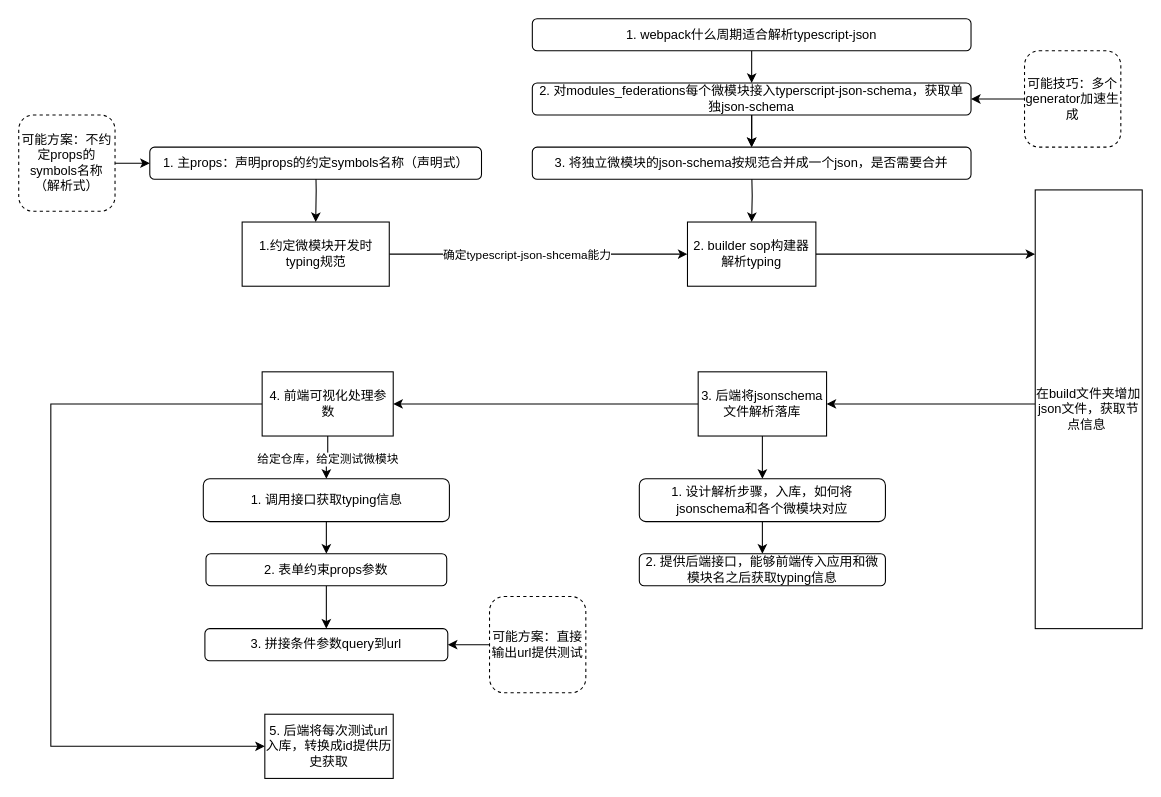
This is micro-mod/Untitled Diagram.drawio from Ekko306/diagrams.net, a draw.io file, before an edit. Source tidied: cells renumbered, new cells numbered last; positions are measured from the earlier drawing's top-left corner, leaving out a move shared by most shapes. Both pictures are drawn from the tidied source at 107%, with x=0, y=0 at pixel (18, 18).
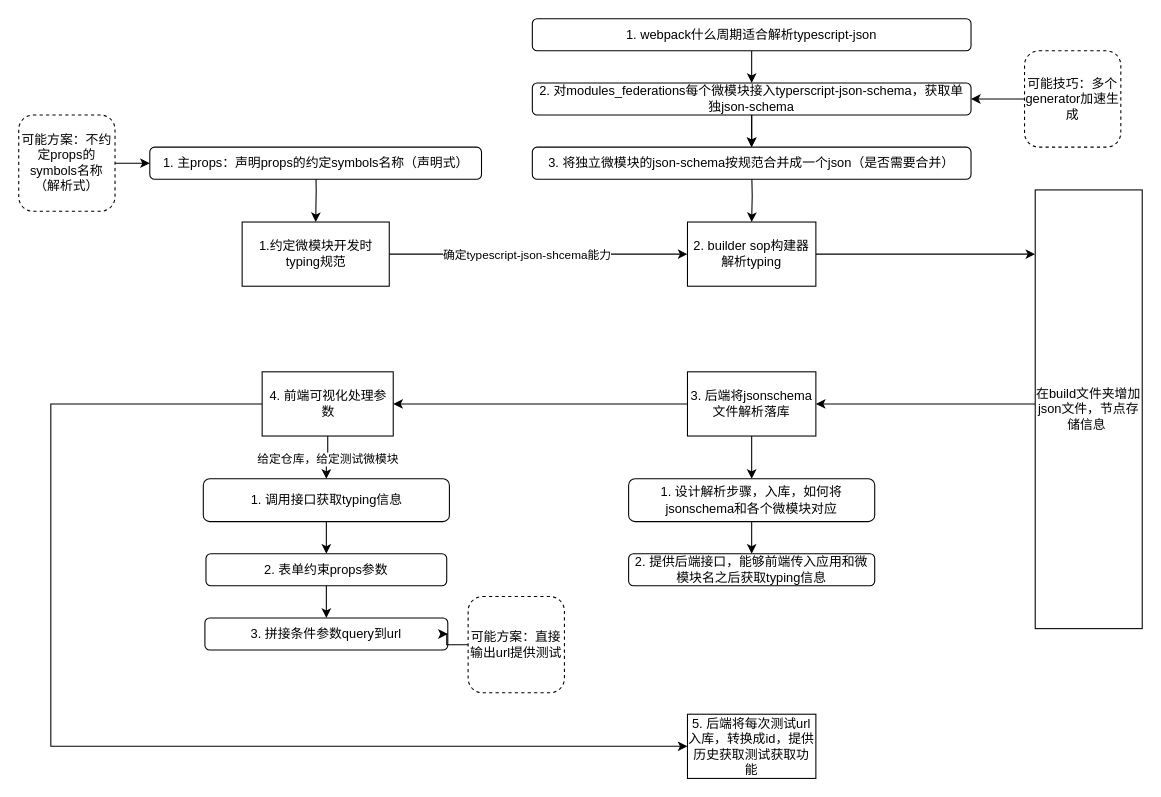
Above is the later version.

Diff of the diagram source:
```diff
@@
-    <mxCell id="10" value="在build文件夹增加json文件，获取节点信息&amp;nbsp;" style="whiteSpace=wrap;html=1;" parent="1" vertex="1">
+    <mxCell id="10" value="在build文件夹增加json文件，节点存储信息&amp;nbsp;" style="whiteSpace=wrap;html=1;" parent="1" vertex="1">
       <mxGeometry x="950" y="160" width="100" height="410" as="geometry" />
     </mxCell>
@@
     <mxCell id="19" value="3. 拼接条件参数query到url" style="rounded=1;whiteSpace=wrap;html=1;" parent="1" vertex="1">
-      <mxGeometry x="174" y="570" width="227" height="30" as="geometry" />
+      <mxGeometry x="174" y="560" width="227" height="30" as="geometry" />
     </mxCell>
@@
-    <mxCell id="28" value="3. 将独立微模块的json-schema按规范合并成一个json，是否需要合并" style="rounded=1;whiteSpace=wrap;html=1;" parent="1" vertex="1">
+    <mxCell id="28" value="3. 将独立微模块的json-schema按规范合并成一个json（是否需要合并）" style="rounded=1;whiteSpace=wrap;html=1;" parent="1" vertex="1">
       <mxGeometry x="480" y="120" width="410" height="30" as="geometry" />
     </mxCell>
@@
     <mxCell id="30" value="可能方案：直接输出url提供测试" style="rounded=1;whiteSpace=wrap;html=1;dashed=1;" parent="1" vertex="1">
-      <mxGeometry x="440" y="540" width="90" height="90" as="geometry" />
+      <mxGeometry x="420" y="540" width="90" height="90" as="geometry" />
     </mxCell>
@@
     <mxCell id="35" value="3. 后端将jsonschema文件解析落库" style="whiteSpace=wrap;html=1;" parent="1" vertex="1">
-      <mxGeometry x="635" y="330" width="120" height="60" as="geometry" />
+      <mxGeometry x="625" y="330" width="120" height="60" as="geometry" />
     </mxCell>
@@
     <mxCell id="37" value="1. 设计解析步骤，入库，如何将jsonschema和各个微模块对应" style="rounded=1;whiteSpace=wrap;html=1;" parent="1" vertex="1">
-      <mxGeometry x="580" y="430" width="230" height="40" as="geometry" />
+      <mxGeometry x="570" y="430" width="230" height="40" as="geometry" />
     </mxCell>
     <mxCell id="38" value="2. 提供后端接口，能够前端传入应用和微模块名之后获取typing信息" style="rounded=1;whiteSpace=wrap;html=1;" parent="1" vertex="1">
-      <mxGeometry x="580" y="500" width="230" height="30" as="geometry" />
+      <mxGeometry x="570" y="500" width="230" height="30" as="geometry" />
     </mxCell>
-    <mxCell id="39" value="5. 后端将每次测试url入库，转换成id提供历史获取" style="whiteSpace=wrap;html=1;" parent="1" vertex="1">
-      <mxGeometry x="230" y="650" width="120" height="60" as="geometry" />
+    <mxCell id="39" value="5. 后端将每次测试url入库，转换成id，提供历史获取测试获取功能" style="whiteSpace=wrap;html=1;" parent="1" vertex="1">
+      <mxGeometry x="625" y="650" width="120" height="60" as="geometry" />
     </mxCell>
```
